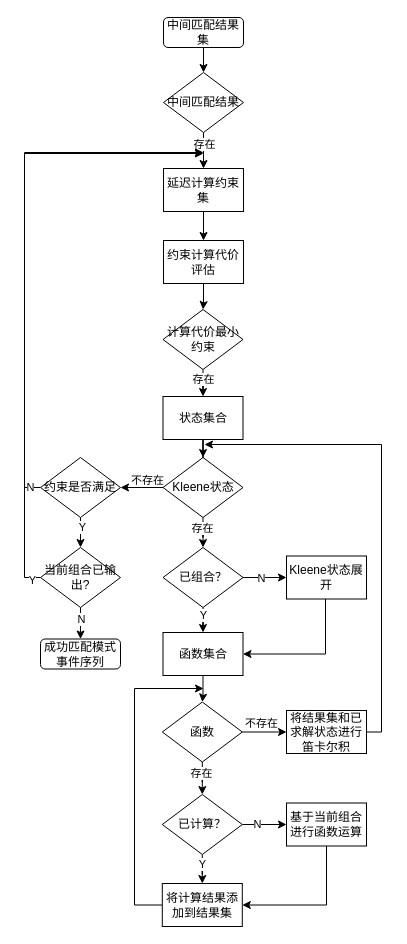
Above: page "Kleene闭包展开" (11 of 12) of 毕业论文.drawio in LiLiJacky/graphData (draw.io), before the change. Source tidied: cells renumbered, new cells numbered last; positions are measured from the earlier drawing's top-left corner, leaving out a move shared by most shapes. Both pictures are drawn from the tidied source at 100%, with x=0, y=0 at pixel (24, 17).
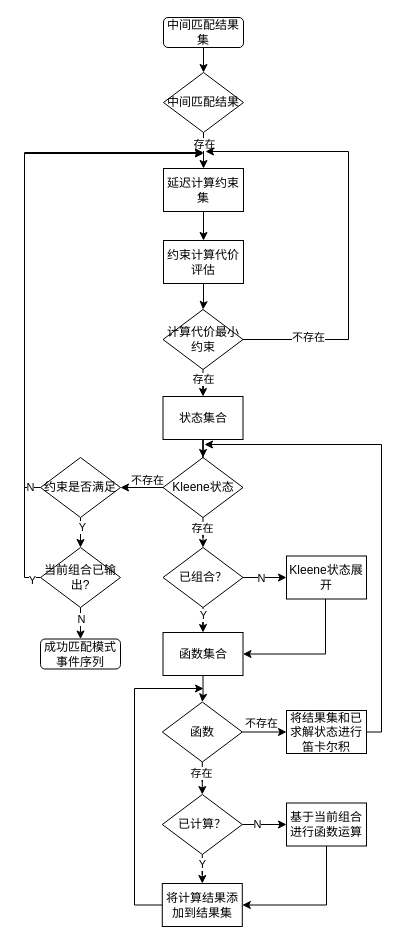
After the change.

Commit message:
更新毕业论文.drawio

The change refers to these unchanged cells:
```xml
<mxCell id="26" value="计算代价最小约束" style="rhombus;whiteSpace=wrap;html=1;" parent="1" vertex="1">
  <mxGeometry x="138.5" y="292" width="80" height="60" as="geometry" />
</mxCell>
```

Change to the diagram source:
```diff
@@
+    <mxCell id="56" style="edgeStyle=orthogonalEdgeStyle;rounded=0;jettySize=auto;html=1;" parent="1" edge="1" source="26">
+      <mxGeometry relative="1" as="geometry">
+        <mxPoint x="181" y="134" as="targetPoint" />
+        <Array as="points">
+          <mxPoint x="324" y="322" />
+          <mxPoint x="324" y="134" />
+        </Array>
+      </mxGeometry>
+    </mxCell>
+    <mxCell id="57" value="不存在" style="edgeLabel;html=1;align=center;verticalAlign=middle;" parent="56" vertex="1">
+      <mxGeometry x="-0.7" y="3" relative="1" as="geometry" />
+    </mxCell>
```
